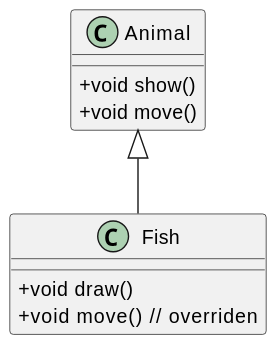
The PlantUML diagram assets/java-programming/images/10-class-diagram-2.svg in rewls/rewls.github.io, before a commit.
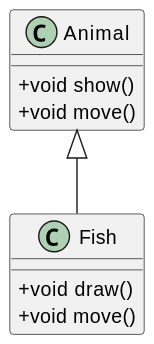
Later version of the same file.

Diff of the diagram source:
```diff
@@ -6,7 +6,7 @@
 }
 class Fish {
 	+ void draw()
-	+ void move()  // overriden
+	+ void move()
 }
 
 Fish -u-|> Animal
```
